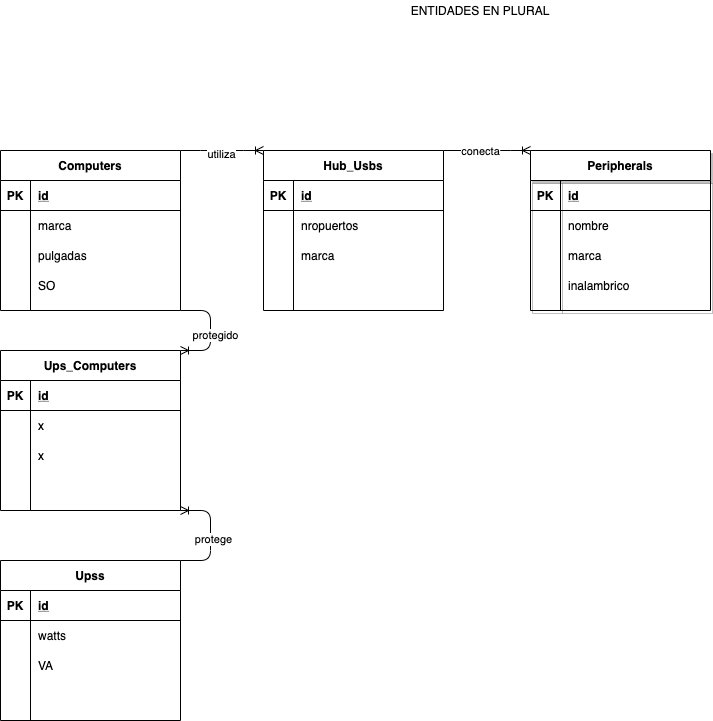
The draw.io diagram DIAGRAMA.drawio.png in Freddymhs/-example_RoR-sqlite.relacionesdemodelos, before a commit. Source tidied: cells renumbered, new cells last; positions are measured from the earlier drawing's top-left corner, leaving out a move shared by most shapes.
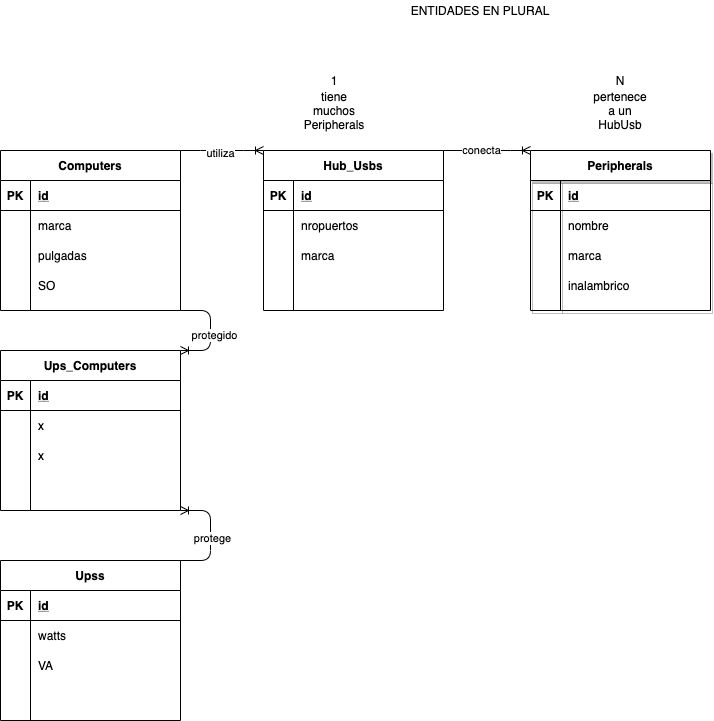
The same file after the commit.

The edit, as a diff of the source:
```diff
@@ -226,5 +226,17 @@
     <mxCell id="75" value="ENTIDADES EN PLURAL" style="text;html=1;strokeColor=none;fillColor=none;align=center;verticalAlign=middle;whiteSpace=wrap;rounded=0;" parent="1" vertex="1">
       <mxGeometry x="340" width="280" height="20" as="geometry" />
     </mxCell>
+    <mxCell id="76" value="1" style="text;html=1;strokeColor=none;fillColor=none;align=center;verticalAlign=middle;whiteSpace=wrap;rounded=0;" parent="1" vertex="1">
+      <mxGeometry x="314" y="70" width="40" height="20" as="geometry" />
+    </mxCell>
+    <mxCell id="77" value="N" style="text;html=1;strokeColor=none;fillColor=none;align=center;verticalAlign=middle;whiteSpace=wrap;rounded=0;" parent="1" vertex="1">
+      <mxGeometry x="600" y="70" width="40" height="20" as="geometry" />
+    </mxCell>
+    <mxCell id="78" value="tiene muchos Peripherals" style="text;html=1;strokeColor=none;fillColor=none;align=center;verticalAlign=middle;whiteSpace=wrap;rounded=0;" parent="1" vertex="1">
+      <mxGeometry x="314" y="100" width="40" height="20" as="geometry" />
+    </mxCell>
+    <mxCell id="79" value="pertenece a un HubUsb" style="text;html=1;strokeColor=none;fillColor=none;align=center;verticalAlign=middle;whiteSpace=wrap;rounded=0;" parent="1" vertex="1">
+      <mxGeometry x="600" y="100" width="40" height="20" as="geometry" />
+    </mxCell>
   </root>
 </mxGraphModel>
```
